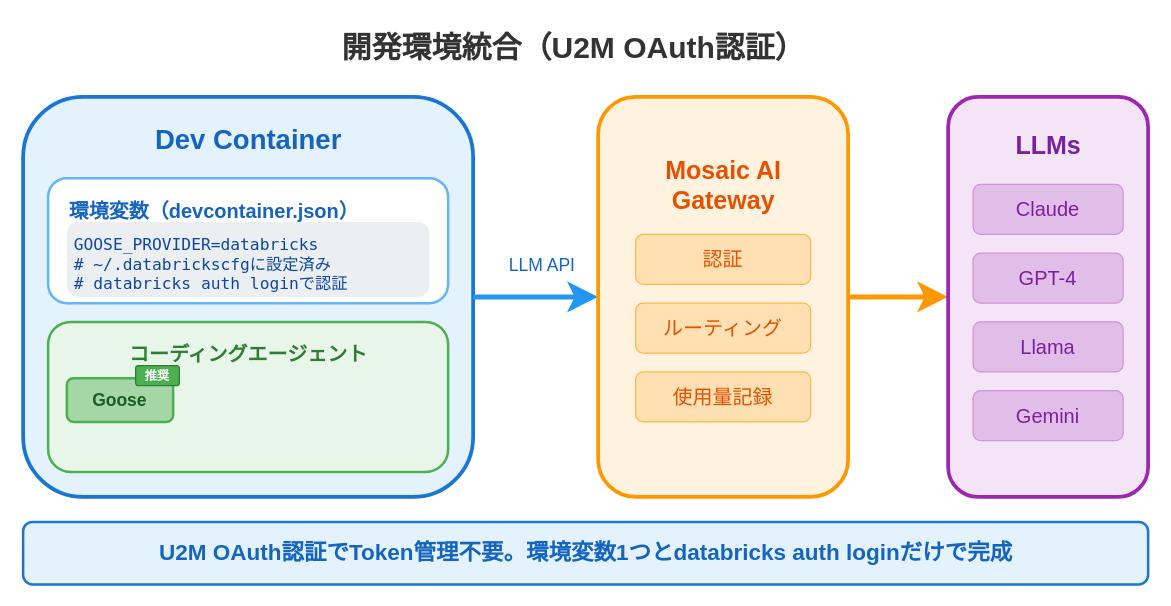
i9wa4/i9wa4.github.io keeps this draw.io diagram as assets/2026-01-27-jedai-ai-gateway/dev-environment.drawio. Above is the earlier version. Source tidied: cells renumbered, new cells numbered last; positions are measured from the earlier drawing's top-left corner, leaving out a move shared by most shapes. Both pictures are drawn from the tidied source at 125%, with x=0, y=0 at pixel (22, 21).
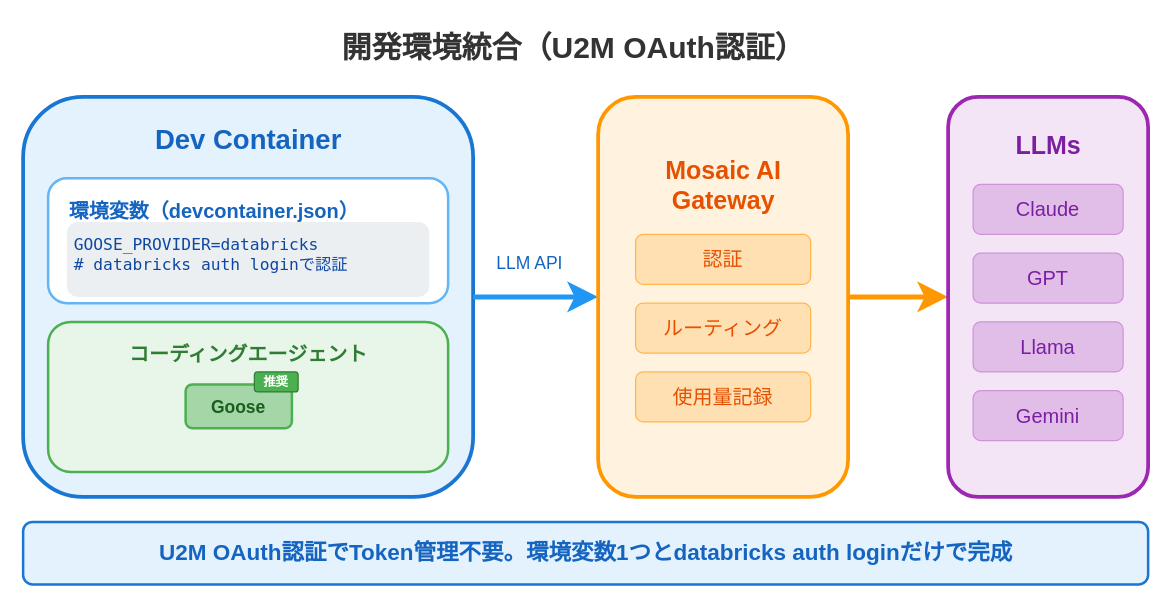
Above is the later version.

The edit, as a diff of the source:
```diff
@@
-    <mxCell id="7" value="GOOSE_PROVIDER=databricks&lt;br&gt;# ~/.databrickscfgに設定済み&lt;br&gt;# databricks auth loginで認証" style="text;html=1;fontSize=13;fontFamily=monospace;fontColor=#0D47A1;align=left;fillColor=#ECEFF1;rounded=1;spacing=6;" parent="1" vertex="1">
+    <mxCell id="7" value="GOOSE_PROVIDER=databricks&lt;br&gt;# databricks auth loginで認証" style="text;html=1;fontSize=13;fontFamily=monospace;fontColor=#0D47A1;align=left;fillColor=#ECEFF1;rounded=1;spacing=6;" parent="1" vertex="1">
       <mxGeometry x="35" y="160" width="290" height="60" as="geometry" />
     </mxCell>
@@
     <mxCell id="10" value="Goose" style="rounded=1;whiteSpace=wrap;html=1;fillColor=#A5D6A7;strokeColor=#4CAF50;strokeWidth=2;fontSize=14;fontFamily=Noto Sans JP;fontStyle=1;fontColor=#1B5E20;" parent="1" vertex="1">
-      <mxGeometry x="35" y="285" width="85" height="35" as="geometry" />
+      <mxGeometry x="130" y="290" width="85" height="35" as="geometry" />
     </mxCell>
     <mxCell id="11" value="推奨" style="rounded=1;whiteSpace=wrap;html=1;fillColor=#4CAF50;strokeColor=#2E7D32;fontSize=10;fontFamily=Noto Sans JP;fontStyle=1;fontColor=#FFFFFF;" parent="1" vertex="1">
-      <mxGeometry x="90" y="275" width="35" height="16" as="geometry" />
+      <mxGeometry x="185" y="280" width="35" height="16" as="geometry" />
     </mxCell>
@@
     <mxCell id="13" value="LLM API" style="text;html=1;fontSize=14;fontFamily=Noto Sans JP;fontColor=#1565C0;align=center;" parent="1" vertex="1">
-      <mxGeometry x="360" y="180" width="110" height="25" as="geometry" />
+      <mxGeometry x="350" y="177.5" width="110" height="25" as="geometry" />
     </mxCell>
@@
-    <mxCell id="23" value="GPT-4" style="rounded=1;whiteSpace=wrap;html=1;fillColor=#E1BEE7;strokeColor=#CE93D8;fontSize=16;fontFamily=Noto Sans JP;fontColor=#7B1FA2;" parent="1" vertex="1">
+    <mxCell id="23" value="GPT" style="rounded=1;whiteSpace=wrap;html=1;fillColor=#E1BEE7;strokeColor=#CE93D8;fontSize=16;fontFamily=Noto Sans JP;fontColor=#7B1FA2;" parent="1" vertex="1">
       <mxGeometry x="760" y="185" width="120" height="40" as="geometry" />
     </mxCell>
```
